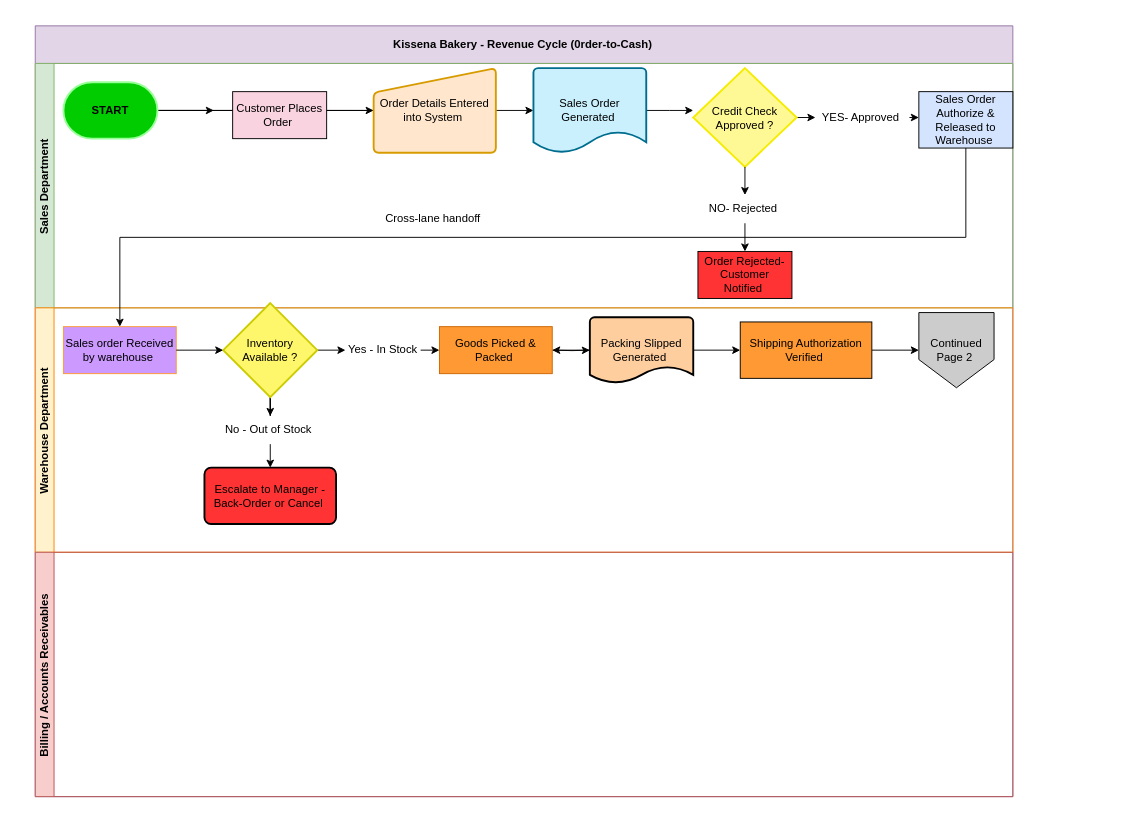
Before: page "Page 1" (1 of 2) of Revenue_Cycle_Controls.drawio in Diana-r26/drawio, a draw.io diagram. Source tidied: cells renumbered, new cells numbered last; positions are measured from the earlier drawing's top-left corner, leaving out a move shared by most shapes. Both pictures are drawn from the tidied source at 94%, with x=0, y=0 at pixel (35, 25).
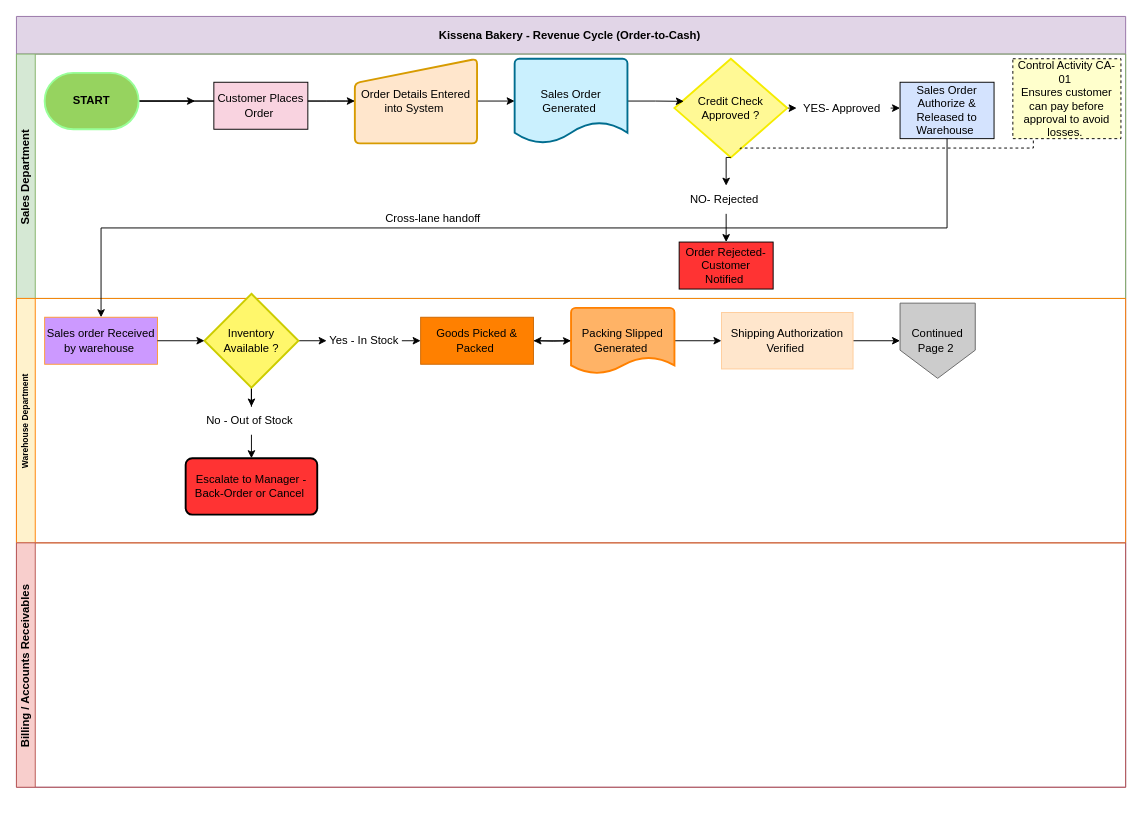
Above is the later version.

Unchanged cells that the change refers to:
```xml
<mxCell id="17" value="Sales Order Generated&amp;nbsp;" style="strokeWidth=2;html=1;shape=mxgraph.flowchart.document2;whiteSpace=wrap;size=0.25;fillColor=light-dark(#caf0fe, #ededed);strokeColor=light-dark(#006d8f, #ededed);" parent="3" vertex="1">
  <mxGeometry x="530" y="5" width="120" height="90" as="geometry" />
</mxCell>
```

The edit, as a diff of the source:
```diff
@@
+    <mxCell id="42" value="Cross-lane handoff&amp;nbsp;" style="text;html=1;whiteSpace=wrap;strokeColor=none;fillColor=none;align=center;verticalAlign=middle;rounded=0;" parent="1" vertex="1">
+      <mxGeometry x="360" y="190" width="130" height="30" as="geometry" />
+    </mxCell>
-    <mxCell id="2" value="Kissena Bakery - Revenue Cycle (0rder-to-Cash)&amp;nbsp;" style="swimlane;horizontal=1;startSize=40;html=1;fillColor=#e1d5e7;strokeColor=#9673a6;" parent="1" vertex="1">
-      <mxGeometry width="1040" height="820" as="geometry" />
+    <mxCell id="2" value="Kissena Bakery - Revenue Cycle (Order-to-Cash)&amp;nbsp;" style="swimlane;horizontal=1;startSize=40;html=1;fillColor=#e1d5e7;strokeColor=#9673a6;" parent="1" vertex="1">
+      <mxGeometry x="-20" y="-10" width="1180" height="820" as="geometry" />
     </mxCell>
     <mxCell id="3" value="Sales Department&amp;nbsp;" style="swimlane;startSize=20;horizontal=0;html=1;fillColor=#d5e8d4;strokeColor=#82b366;fillStyle=solid;" parent="2" vertex="1">
-      <mxGeometry y="40" width="1040" height="260" as="geometry" />
+      <mxGeometry y="40" width="1180" height="260" as="geometry" />
     </mxCell>
@@
-    <mxCell id="7" value="&lt;b&gt;START&lt;/b&gt;" style="strokeWidth=2;html=1;shape=mxgraph.flowchart.terminator;whiteSpace=wrap;fillColor=#00CC00;strokeColor=#99FF99;" parent="3" vertex="1">
+    <mxCell id="7" value="&lt;b&gt;START&lt;/b&gt;" style="strokeWidth=2;html=1;shape=mxgraph.flowchart.terminator;whiteSpace=wrap;fillColor=light-dark(#96d35f, #00a200);strokeColor=#99FF99;" parent="3" vertex="1">
       <mxGeometry x="30" y="20" width="100" height="60" as="geometry" />
     </mxCell>
-    <mxCell id="8" style="edgeStyle=orthogonalEdgeStyle;rounded=0;jettySize=auto;html=1;" parent="3" edge="1" source="17">
-      <mxGeometry relative="1" as="geometry">
-        <mxPoint x="700" y="50" as="targetPoint" />
-      </mxGeometry>
-    </mxCell>
@@
     <mxCell id="11" value="Credit Check Approved ?" style="strokeWidth=2;html=1;shape=mxgraph.flowchart.decision;whiteSpace=wrap;strokeColor=light-dark(#f5ec00, #ededed);fillColor=light-dark(#fff995, #ededed);" parent="3" vertex="1">
-      <mxGeometry x="700" y="5" width="110" height="105" as="geometry" />
+      <mxGeometry x="700" y="5" width="120" height="105" as="geometry" />
     </mxCell>
@@
+    <mxCell id="43" style="edgeStyle=orthogonalEdgeStyle;rounded=0;jettySize=auto;html=1;exitX=1;exitY=0.5;exitDx=0;exitDy=0;exitPerimeter=0;" parent="3" edge="1" source="17">
+      <mxGeometry relative="1" as="geometry">
+        <mxPoint x="710" y="50.3" as="targetPoint" />
+      </mxGeometry>
+    </mxCell>
@@
+    <mxCell id="44" style="edgeStyle=orthogonalEdgeStyle;rounded=0;orthogonalLoop=1;jettySize=auto;html=1;exitX=0.25;exitY=1;exitDx=0;exitDy=0;endArrow=none;endFill=0;dashed=1;entryX=0.642;entryY=0.892;entryDx=0;entryDy=0;entryPerimeter=0;" parent="3" edge="1">
+      <mxGeometry relative="1" as="geometry">
+        <mxPoint x="1081.8" y="80" as="sourcePoint" />
+        <mxPoint x="770" y="103.7" as="targetPoint" />
+        <Array as="points">
+          <mxPoint x="1082" y="100" />
+          <mxPoint x="770" y="100" />
+        </Array>
+      </mxGeometry>
+    </mxCell>
+    <mxCell id="45" value="Control Activity CA-01&amp;nbsp;&lt;div&gt;Ensures customer can pay before approval to avoid losses.&amp;nbsp;&lt;/div&gt;" style="html=1;dashed=1;whiteSpace=wrap;fillColor=#FFFFCC;" parent="3" vertex="1">
+      <mxGeometry x="1060" y="5" width="115" height="85" as="geometry" />
+    </mxCell>
-    <mxCell id="21" value="Warehouse Department&amp;nbsp;" style="swimlane;startSize=20;horizontal=0;html=1;fillColor=#fff2cc;strokeColor=#FF8000;" parent="2" vertex="1">
-      <mxGeometry y="300" width="1040" height="260" as="geometry" />
+    <mxCell id="21" value="&lt;b style=&quot;font-style: normal;&quot;&gt;Warehouse Department&amp;nbsp;&lt;/b&gt;" style="swimlane;startSize=20;horizontal=0;html=1;fillColor=#fff2cc;strokeColor=#FF8000;fontStyle=2;fontSize=9;" parent="2" vertex="1">
+      <mxGeometry y="300" width="1180" height="260" as="geometry" />
     </mxCell>
@@
-    <mxCell id="34" value="Packing Slipped Generated&amp;nbsp;" style="strokeWidth=2;html=1;shape=mxgraph.flowchart.document2;whiteSpace=wrap;size=0.25;fillColor=#FFCE9F;" parent="21" vertex="1">
+    <mxCell id="34" value="Packing Slipped Generated&amp;nbsp;" style="strokeWidth=2;html=1;shape=mxgraph.flowchart.document2;whiteSpace=wrap;size=0.25;fillColor=#FFB366;strokeColor=light-dark(#FF8000,#EDEDED);" parent="21" vertex="1">
       <mxGeometry x="590" y="10" width="110" height="70" as="geometry" />
     </mxCell>
@@
-    <mxCell id="36" value="Goods Picked &amp;amp; Packed&amp;nbsp;" style="html=1;dashed=0;whiteSpace=wrap;fillColor=#FF9933;strokeColor=#CC6600;" parent="21" vertex="1">
+    <mxCell id="36" value="Goods Picked &amp;amp; Packed&amp;nbsp;" style="html=1;dashed=0;whiteSpace=wrap;fillColor=#FF8000;strokeColor=#CC6600;" parent="21" vertex="1">
       <mxGeometry x="430" y="20" width="120" height="50" as="geometry" />
     </mxCell>
@@
-    <mxCell id="38" value="Shipping Authorization Verified&amp;nbsp;" style="html=1;dashed=0;whiteSpace=wrap;fillColor=#FF9933;" parent="21" vertex="1">
+    <mxCell id="38" value="Shipping Authorization Verified&amp;nbsp;" style="html=1;dashed=0;whiteSpace=wrap;fillColor=#FFE6CC;strokeColor=#FFCC99;" parent="21" vertex="1">
       <mxGeometry x="750" y="15" width="140" height="60" as="geometry" />
     </mxCell>
-    <mxCell id="39" value="Continued Page 2&amp;nbsp;" style="shape=offPageConnector;whiteSpace=wrap;html=1;fillColor=#CCCCCC;" parent="21" vertex="1">
+    <mxCell id="39" value="Continued Page 2&amp;nbsp;" style="shape=offPageConnector;whiteSpace=wrap;html=1;fillColor=#CCCCCC;strokeColor=#666666;" parent="21" vertex="1">
       <mxGeometry x="940" y="5" width="80" height="80" as="geometry" />
     </mxCell>
     <mxCell id="40" value="Billing / Accounts Receivables&amp;nbsp;" style="swimlane;startSize=20;horizontal=0;html=1;fillColor=#f8cecc;strokeColor=#b85450;" parent="2" vertex="1">
-      <mxGeometry y="560" width="1040" height="260" as="geometry" />
+      <mxGeometry y="560" width="1180" height="260" as="geometry" />
     </mxCell>
@@
-    <mxCell id="42" value="Cross-lane handoff&amp;nbsp;" style="text;html=1;whiteSpace=wrap;strokeColor=none;fillColor=none;align=center;verticalAlign=middle;rounded=0;" parent="1" vertex="1">
-      <mxGeometry x="360" y="190" width="130" height="30" as="geometry" />
-    </mxCell>
```
